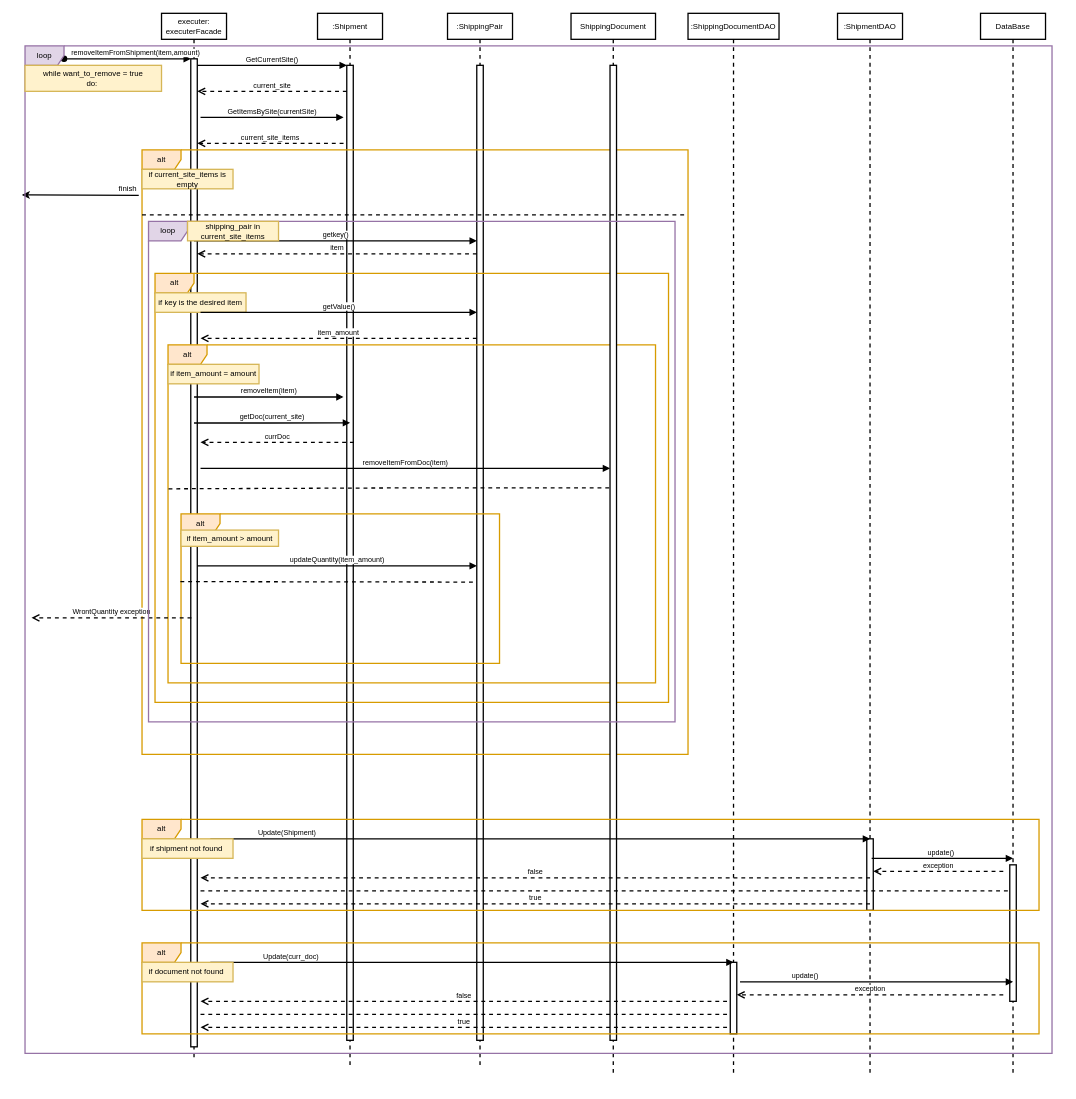
Earlier version of the draw.io diagram C6 - Remove items.drawio (omerad1/drw). Source tidied: cells renumbered, new cells numbered last; positions are measured from the earlier drawing's top-left corner, leaving out a move shared by most shapes. Both pictures are drawn from the tidied source at 65%, with x=0, y=0 at pixel (25, 13).
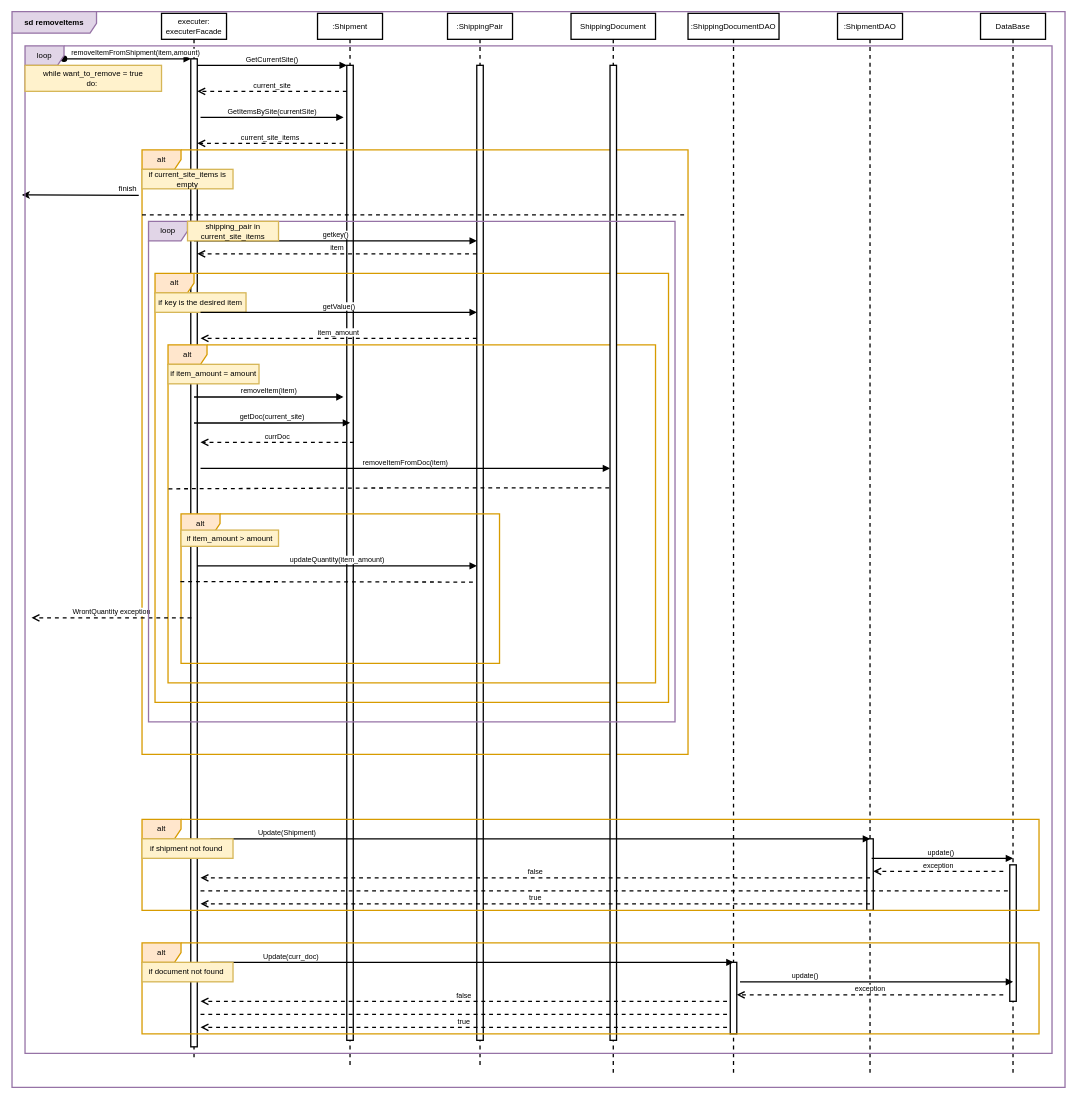
Above is the later version.

Change to the diagram source:
```diff
@@
+    <mxCell id="64" value="&lt;b style=&quot;border-color: var(--border-color);&quot;&gt;sd removeItems&lt;/b&gt;" style="shape=umlFrame;whiteSpace=wrap;html=1;strokeWidth=2;fillColor=#e1d5e7;strokeColor=#9673a6;width=130;height=33;" parent="1" vertex="1">
+      <mxGeometry x="-20" y="-2.5" width="1620" height="1655" as="geometry" />
+    </mxCell>
```
